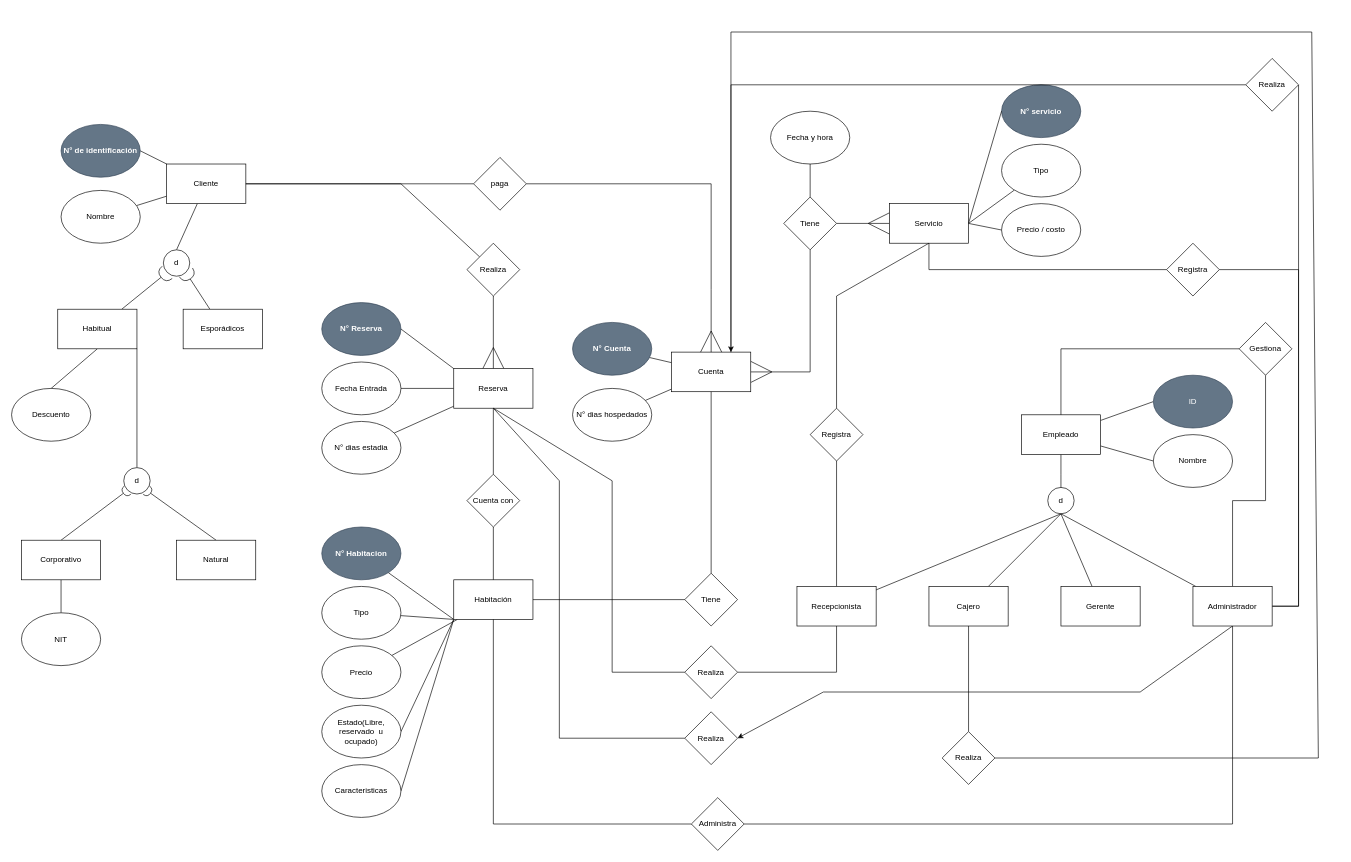
This is Diagrama_sin_titulo.drawio from Mshall19/Proyecto-BD, a draw.io file, before an edit. Source tidied: cells renumbered, new cells numbered last; positions are measured from the earlier drawing's top-left corner, leaving out a move shared by most shapes. Both pictures are drawn from the tidied source at 66%, with x=0, y=0 at pixel (11, 32).
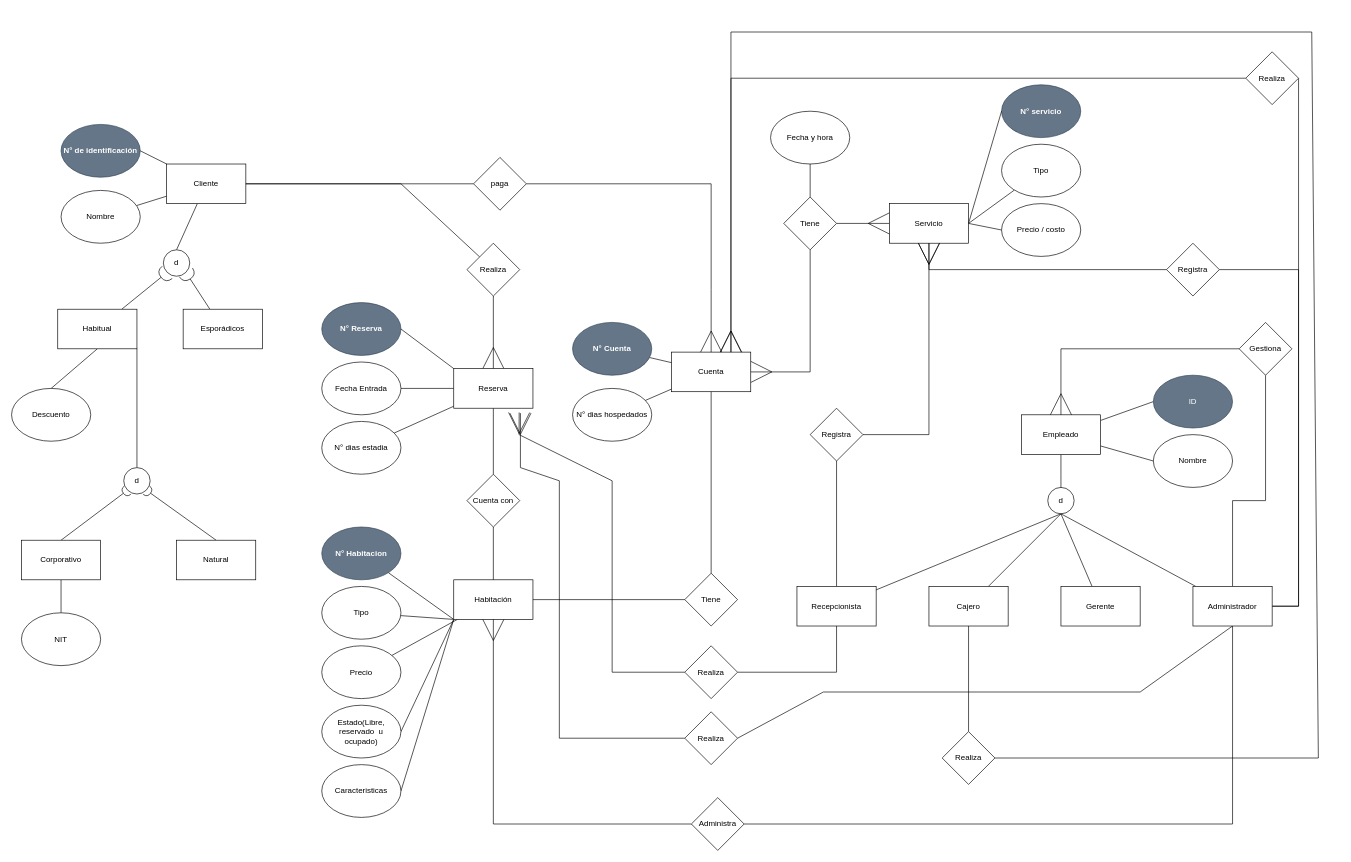
The same diagram, later.

The change refers to these unchanged cells:
```xml
<mxCell id="11" value="Habitación" style="rounded=0;whiteSpace=wrap;html=1;" parent="1" vertex="1">
  <mxGeometry x="670" y="830" width="120" height="60" as="geometry" />
</mxCell>
<mxCell id="26" value="Cuenta" style="rounded=0;whiteSpace=wrap;html=1;" parent="1" vertex="1">
  <mxGeometry x="1000" y="485" width="120" height="60" as="geometry" />
</mxCell>
<mxCell id="30" value="&lt;div&gt;Servicio&lt;/div&gt;" style="rounded=0;whiteSpace=wrap;html=1;" parent="1" vertex="1">
  <mxGeometry x="1330" y="260" width="120" height="60" as="geometry" />
</mxCell>
<mxCell id="47" value="Reserva" style="rounded=0;whiteSpace=wrap;html=1;" parent="1" vertex="1">
  <mxGeometry x="670" y="510" width="120" height="60" as="geometry" />
</mxCell>
<mxCell id="73" value="Empleado" style="rounded=0;whiteSpace=wrap;html=1;" parent="1" vertex="1">
  <mxGeometry x="1530" y="580" width="120" height="60" as="geometry" />
</mxCell>
<mxCell id="87" value="Realiza" style="rhombus;whiteSpace=wrap;html=1;" parent="1" vertex="1">
  <mxGeometry x="1020" y="930" width="80" height="80" as="geometry" />
</mxCell>
<mxCell id="89" value="Registra" style="rhombus;whiteSpace=wrap;html=1;" parent="1" vertex="1">
  <mxGeometry x="1210" y="570" width="80" height="80" as="geometry" />
</mxCell>
<mxCell id="91" value="Realiza" style="rhombus;whiteSpace=wrap;html=1;" parent="1" vertex="1">
  <mxGeometry x="1410" y="1060" width="80" height="80" as="geometry" />
</mxCell>
<mxCell id="98" value="Administrador" style="rounded=0;whiteSpace=wrap;html=1;" parent="1" vertex="1">
  <mxGeometry x="1790" y="840" width="120" height="60" as="geometry" />
</mxCell>
<mxCell id="100" value="Gestiona" style="rhombus;whiteSpace=wrap;html=1;" parent="1" vertex="1">
  <mxGeometry x="1860" y="440" width="80" height="80" as="geometry" />
</mxCell>
<mxCell id="102" value="Administra" style="rhombus;whiteSpace=wrap;html=1;" parent="1" vertex="1">
  <mxGeometry x="1030" y="1160" width="80" height="80" as="geometry" />
</mxCell>
<mxCell id="104" value="Realiza" style="rhombus;whiteSpace=wrap;html=1;" parent="1" vertex="1">
  <mxGeometry x="1020" y="1030" width="80" height="80" as="geometry" />
</mxCell>
<mxCell id="106" value="Registra" style="rhombus;whiteSpace=wrap;html=1;" parent="1" vertex="1">
  <mxGeometry x="1750" y="320" width="80" height="80" as="geometry" />
</mxCell>
```

Change to the diagram source:
```diff
@@
-    <mxCell id="86" style="rounded=0;jettySize=auto;html=1;exitX=0;exitY=0.5;exitDx=0;exitDy=0;entryX=0.5;entryY=1;entryDx=0;entryDy=0;endArrow=none;endFill=0;" parent="1" edge="1" source="87" target="47">
+    <mxCell id="86" style="rounded=0;jettySize=auto;html=1;exitX=0;exitY=0.5;exitDx=0;exitDy=0;entryX=0.826;entryY=1.108;entryDx=0;entryDy=0;endArrow=ERmany;endFill=0;endSize=30;entryPerimeter=0;" parent="1" edge="1" source="87" target="47">
       <mxGeometry relative="1" as="geometry">
         <Array as="points">
           <mxPoint x="910" y="970" />
           <mxPoint x="910" y="680" />
+          <mxPoint x="769" y="610" />
         </Array>
       </mxGeometry>
     </mxCell>
@@
-    <mxCell id="88" style="rounded=0;jettySize=auto;html=1;entryX=0.5;entryY=1;entryDx=0;entryDy=0;endArrow=none;endFill=0;exitX=0.5;exitY=0;exitDx=0;exitDy=0;" parent="1" edge="1" source="89" target="30">
+    <mxCell id="88" style="rounded=0;jettySize=auto;html=1;entryX=0.5;entryY=1;entryDx=0;entryDy=0;endArrow=ERmany;endFill=0;exitX=1;exitY=0.5;exitDx=0;exitDy=0;endSize=30;" parent="1" edge="1" source="89" target="30">
       <mxGeometry relative="1" as="geometry">
         <Array as="points">
-          <mxPoint x="1250" y="400" />
+          <mxPoint x="1390" y="610" />
         </Array>
       </mxGeometry>
     </mxCell>
@@
-    <mxCell id="90" style="rounded=0;jettySize=auto;html=1;endArrow=none;endFill=0;exitX=1;exitY=0.5;exitDx=0;exitDy=0;entryX=0.75;entryY=0;entryDx=0;entryDy=0;" parent="1" edge="1" source="91" target="26">
+    <mxCell id="90" style="rounded=0;jettySize=auto;html=1;endArrow=ERmany;endFill=0;exitX=1;exitY=0.5;exitDx=0;exitDy=0;entryX=0.75;entryY=0;entryDx=0;entryDy=0;endSize=30;" parent="1" edge="1" source="91" target="26">
       <mxGeometry relative="1" as="geometry">
         <Array as="points">
           <mxPoint x="1980" y="1100" />
           <mxPoint x="1970" />
           <mxPoint x="1090" />
         </Array>
       </mxGeometry>
     </mxCell>
@@
-    <mxCell id="95" style="rounded=0;jettySize=auto;html=1;entryX=1;entryY=0.5;entryDx=0;entryDy=0;exitX=0.5;exitY=1;exitDx=0;exitDy=0;" parent="1" edge="1" source="98" target="104">
+    <mxCell id="95" style="rounded=0;jettySize=auto;html=1;entryX=1;entryY=0.5;entryDx=0;entryDy=0;exitX=0.5;exitY=1;exitDx=0;exitDy=0;endArrow=none;endFill=0;" parent="1" edge="1" source="98" target="104">
       <mxGeometry relative="1" as="geometry">
         <Array as="points">
           <mxPoint x="1710" y="1000" />
           <mxPoint x="1230" y="1000" />
         </Array>
       </mxGeometry>
     </mxCell>
@@
-    <mxCell id="99" style="rounded=0;jettySize=auto;html=1;entryX=0.5;entryY=0;entryDx=0;entryDy=0;endArrow=none;endFill=0;" parent="1" edge="1" source="100" target="73">
+    <mxCell id="99" style="rounded=0;jettySize=auto;html=1;entryX=0.5;entryY=0;entryDx=0;entryDy=0;endArrow=ERmany;endFill=0;endSize=30;" parent="1" edge="1" source="100" target="73">
       <mxGeometry relative="1" as="geometry">
         <Array as="points">
           <mxPoint x="1590" y="480" />
         </Array>
       </mxGeometry>
     </mxCell>
@@
-    <mxCell id="101" style="edgeStyle=orthogonalEdgeStyle;rounded=0;jettySize=auto;html=1;entryX=0.5;entryY=1;entryDx=0;entryDy=0;endArrow=none;endFill=0;" parent="1" edge="1" source="102" target="11">
+    <mxCell id="101" style="edgeStyle=orthogonalEdgeStyle;rounded=0;jettySize=auto;html=1;entryX=0.5;entryY=1;entryDx=0;entryDy=0;endArrow=ERmany;endFill=0;endSize=30;" parent="1" edge="1" source="102" target="11">
       <mxGeometry relative="1" as="geometry" />
     </mxCell>
@@
-    <mxCell id="103" style="rounded=0;jettySize=auto;html=1;entryX=0.5;entryY=1;entryDx=0;entryDy=0;endArrow=none;endFill=0;" parent="1" edge="1" source="104" target="47">
+    <mxCell id="103" style="rounded=0;jettySize=auto;html=1;entryX=0.842;entryY=1.124;entryDx=0;entryDy=0;endArrow=ERmany;endFill=0;entryPerimeter=0;endSize=30;" parent="1" edge="1" source="104" target="47">
       <mxGeometry relative="1" as="geometry">
         <Array as="points">
           <mxPoint x="830" y="1070" />
           <mxPoint x="830" y="680" />
+          <mxPoint x="771" y="660" />
         </Array>
       </mxGeometry>
     </mxCell>
@@
-    <mxCell id="105" style="edgeStyle=orthogonalEdgeStyle;rounded=0;jettySize=auto;html=1;entryX=0.5;entryY=1;entryDx=0;entryDy=0;endArrow=none;endFill=0;" parent="1" edge="1" source="106" target="30">
+    <mxCell id="105" style="edgeStyle=orthogonalEdgeStyle;rounded=0;jettySize=auto;html=1;entryX=0.5;entryY=1;entryDx=0;entryDy=0;endArrow=ERmany;endFill=0;endSize=30;" parent="1" edge="1" source="106" target="30">
       <mxGeometry relative="1" as="geometry" />
     </mxCell>
@@
-    <mxCell id="107" style="edgeStyle=orthogonalEdgeStyle;rounded=0;jettySize=auto;html=1;entryX=0.75;entryY=0;entryDx=0;entryDy=0;" parent="1" edge="1" source="108" target="26">
+    <mxCell id="107" style="edgeStyle=orthogonalEdgeStyle;rounded=0;jettySize=auto;html=1;entryX=0.75;entryY=0;entryDx=0;entryDy=0;endArrow=ERmany;endFill=0;endSize=30;" parent="1" edge="1" source="108" target="26">
       <mxGeometry relative="1" as="geometry" />
     </mxCell>
     <mxCell id="108" value="Realiza" style="rhombus;whiteSpace=wrap;html=1;" parent="1" vertex="1">
-      <mxGeometry x="1870" y="40" width="80" height="80" as="geometry" />
+      <mxGeometry x="1870" y="30" width="80" height="80" as="geometry" />
     </mxCell>
```
